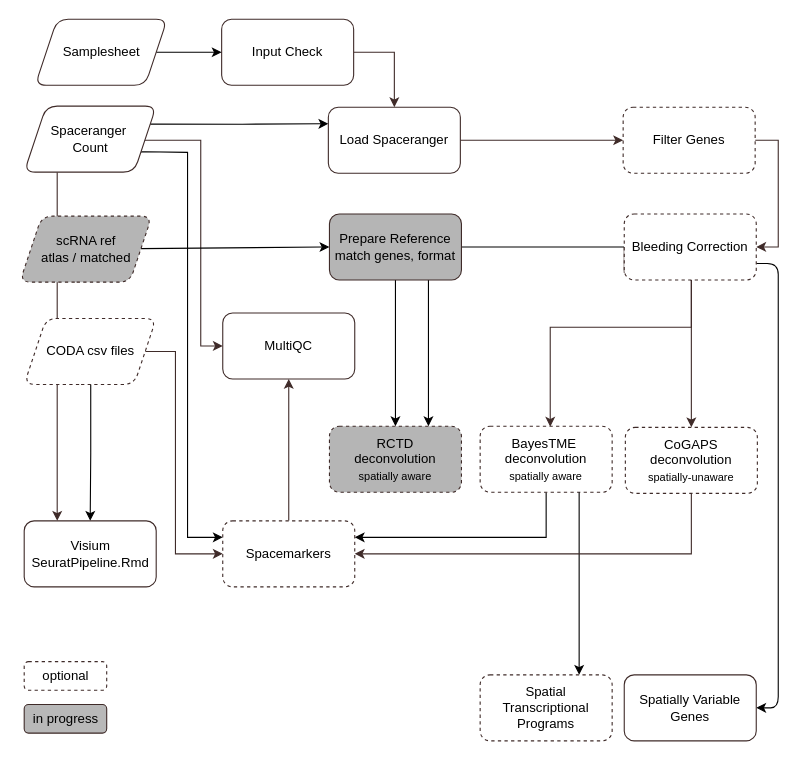
break-through-cancer/btc-spatial-pipelines keeps this draw.io diagram as assets/btc-visium.drawio. Above is the earlier version. Source tidied: cells renumbered, new cells numbered last; positions are measured from the earlier drawing's top-left corner, leaving out a move shared by most shapes. Both pictures are drawn from the tidied source at 110%, with x=0, y=0 at pixel (19, 19).
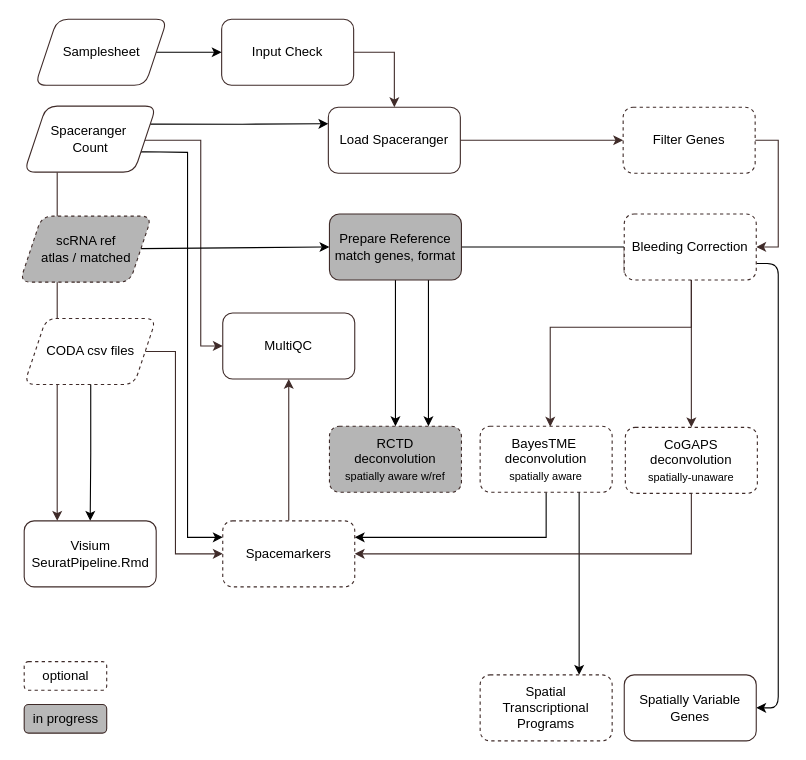
The same diagram, later.

Change to the diagram source:
```diff
@@
-    <mxCell id="40" value="&lt;div style=&quot;scrollbar-color: light-dark(#e2e2e2, #4b4b4b)&lt;br/&gt;&#9;&#9;&#9;&#9;&#9;light-dark(#fbfbfb, var(--dark-panel-color));&quot;&gt;&lt;font color=&quot;#000000&quot;&gt;RCTD&lt;/font&gt;&lt;/div&gt;&lt;div style=&quot;scrollbar-color: light-dark(#e2e2e2, #4b4b4b)&lt;br/&gt;&#9;&#9;&#9;&#9;&#9;light-dark(#fbfbfb, var(--dark-panel-color));&quot;&gt;deconvolution&lt;/div&gt;&lt;div style=&quot;scrollbar-color: light-dark(#e2e2e2, #4b4b4b)&lt;br/&gt;&#9;&#9;&#9;&#9;&#9;light-dark(#fbfbfb, var(--dark-panel-color));&quot;&gt;&lt;font style=&quot;font-size: 10px;&quot;&gt;spatially aware&lt;/font&gt;&lt;/div&gt;" style="rounded=1;whiteSpace=wrap;html=1;strokeColor=#3F2B29;dashed=1;fillColor=#B5B5B5;" parent="1" vertex="1">
+    <mxCell id="40" value="&lt;div style=&quot;scrollbar-color: light-dark(#e2e2e2, #4b4b4b)&lt;br/&gt;&#9;&#9;&#9;&#9;&#9;light-dark(#fbfbfb, var(--dark-panel-color));&quot;&gt;&lt;font color=&quot;#000000&quot;&gt;RCTD&lt;/font&gt;&lt;/div&gt;&lt;div style=&quot;scrollbar-color: light-dark(#e2e2e2, #4b4b4b)&lt;br/&gt;&#9;&#9;&#9;&#9;&#9;light-dark(#fbfbfb, var(--dark-panel-color));&quot;&gt;deconvolution&lt;/div&gt;&lt;div style=&quot;scrollbar-color: light-dark(#e2e2e2, #4b4b4b)&lt;br/&gt;&#9;&#9;&#9;&#9;&#9;light-dark(#fbfbfb, var(--dark-panel-color));&quot;&gt;&lt;font style=&quot;font-size: 10px;&quot;&gt;spatially aware w/ref&lt;/font&gt;&lt;/div&gt;" style="rounded=1;whiteSpace=wrap;html=1;strokeColor=#3F2B29;dashed=1;fillColor=#B5B5B5;" parent="1" vertex="1">
       <mxGeometry x="282" y="370" width="120" height="60" as="geometry" />
     </mxCell>
```
